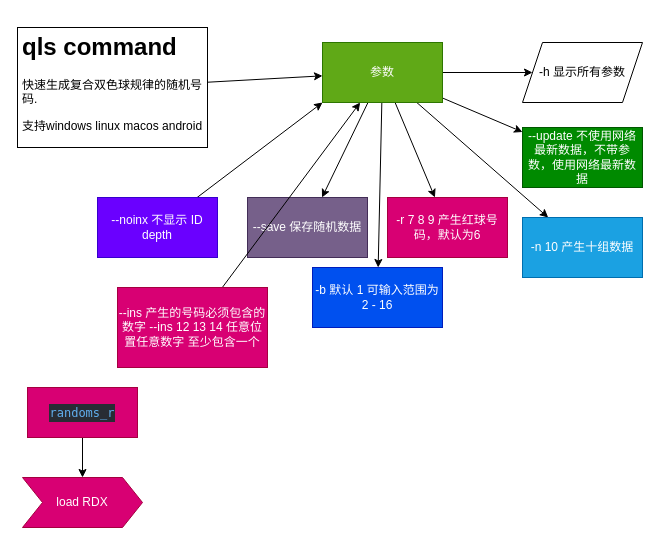
This is minde.drawio from JogFeelingVI/JackpotMaximizer, a draw.io file, before an edit. Source tidied: cells renumbered, new cells numbered last; positions are measured from the earlier drawing's top-left corner, leaving out a move shared by most shapes. Both pictures are drawn from the tidied source at 100%, with x=0, y=0 at pixel (17, 27).
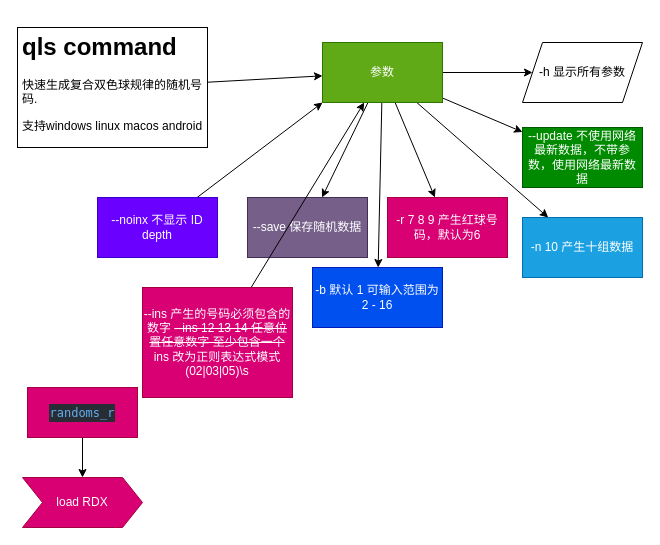
The same page after the edit.

What changed in the source:
```diff
@@
-    <mxCell id="20" value="--ins 产生的号码必须包含的数字 --ins 12 13 14 任意位置任意数字 至少包含一个" style="whiteSpace=wrap;html=1;fillColor=#d80073;fontColor=#ffffff;strokeColor=#A50040;" parent="1" vertex="1">
-      <mxGeometry x="100" y="260" width="150" height="80" as="geometry" />
+    <mxCell id="20" value="--ins 产生的号码必须包含的数字 &lt;strike&gt;--ins 12 13 14 任意位置任意数字 至少包含一个&lt;/strike&gt;&lt;br&gt;ins 改为正则表达式模式&lt;br&gt;(02|03|05)\s" style="whiteSpace=wrap;html=1;fillColor=#d80073;fontColor=#ffffff;strokeColor=#A50040;" parent="1" vertex="1">
+      <mxGeometry x="125" y="260" width="150" height="110" as="geometry" />
     </mxCell>
```
